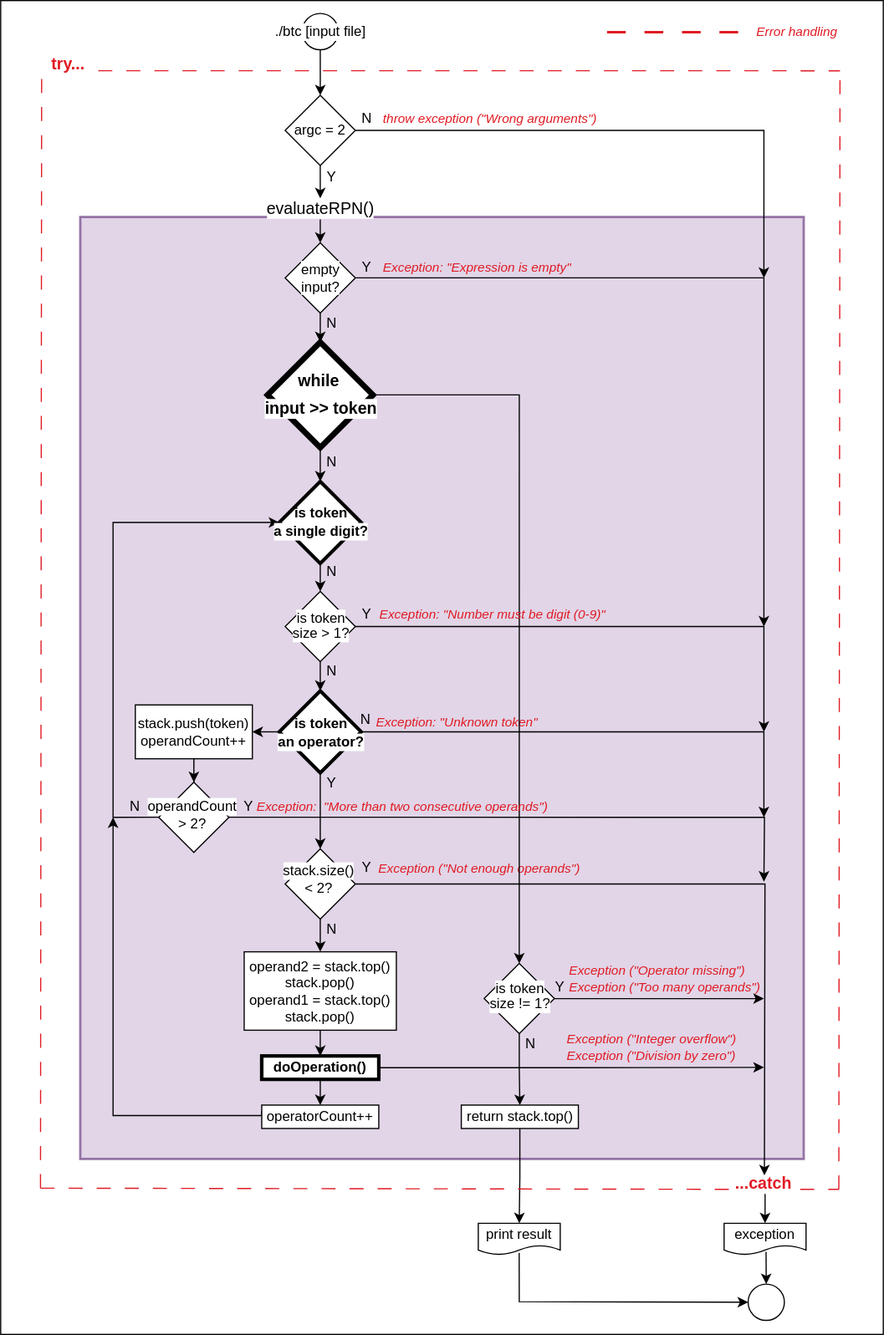
The draw.io diagram cpp_09/ex01/assets/RPN.svg in ccg-v/cpp_modules, before a commit. Source tidied: cells renumbered, new cells last; positions are measured from the earlier drawing's top-left corner, leaving out a move shared by most shapes.
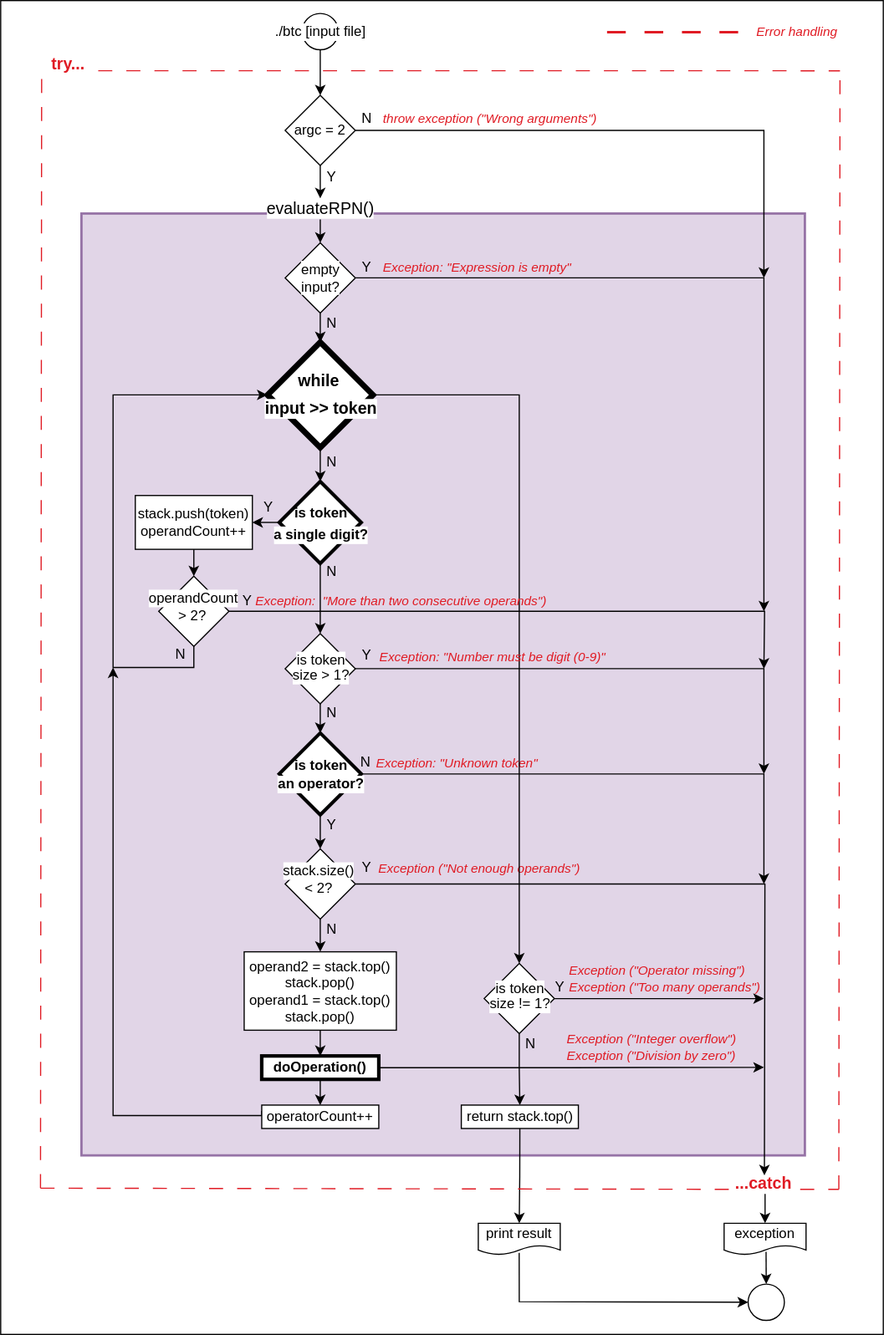
After the change.

What changed in the source:
```diff
@@ -2,6 +2,9 @@
   <root>
     <mxCell id="0" />
     <mxCell id="1" parent="0" />
+    <mxCell id="105" value="Text" style="text;strokeColor=none;align=center;fillColor=none;html=1;verticalAlign=middle;whiteSpace=wrap;rounded=0;" parent="1" vertex="1">
+      <mxGeometry x="234" y="640" width="60" height="30" as="geometry" />
+    </mxCell>
     <mxCell id="2" value="Rectangulos" parent="0" />
     <mxCell id="3" style="rounded=0;whiteSpace=wrap;html=1;" parent="2" vertex="1">
       <mxGeometry width="754" height="1140" as="geometry" />
@@ -15,16 +18,16 @@
     <mxCell id="6" value="&amp;lt; 2?" style="text;strokeColor=none;align=center;fillColor=none;html=1;verticalAlign=middle;whiteSpace=wrap;rounded=0;labelBackgroundColor=default;" parent="2" vertex="1">
       <mxGeometry x="240" y="764" width="84" height="10" as="geometry" />
     </mxCell>
+    <mxCell id="8" style="rounded=0;whiteSpace=wrap;html=1;fillColor=#e1d5e7;strokeColor=#9673a6;strokeWidth=2;" parent="2" vertex="1">
+      <mxGeometry x="69" y="182" width="618" height="805" as="geometry" />
+    </mxCell>
     <mxCell id="7" value="Todo&#10;Todo" parent="0" />
-    <mxCell id="8" style="rounded=0;whiteSpace=wrap;html=1;fillColor=#e1d5e7;strokeColor=#9673a6;strokeWidth=2;" parent="7" vertex="1">
-      <mxGeometry x="68" y="185" width="618" height="805" as="geometry" />
-    </mxCell>
     <mxCell id="9" value="argc = 2" style="rhombus;whiteSpace=wrap;html=1;" parent="7" vertex="1">
       <mxGeometry x="243" y="81" width="60" height="60" as="geometry" />
     </mxCell>
     <mxCell id="10" style="edgeStyle=orthogonalEdgeStyle;rounded=0;jettySize=auto;html=1;exitX=1;exitY=0.5;exitDx=0;exitDy=0;" parent="7" edge="1" source="42">
       <mxGeometry relative="1" as="geometry">
-        <mxPoint x="652" y="535" as="targetPoint" />
+        <mxPoint x="652" y="522" as="targetPoint" />
         <Array as="points">
           <mxPoint x="652" y="237" />
         </Array>
@@ -45,25 +48,26 @@
     <mxCell id="15" style="edgeStyle=orthogonalEdgeStyle;rounded=0;jettySize=auto;html=1;exitX=0.5;exitY=1;exitDx=0;exitDy=0;entryX=0.5;entryY=0;entryDx=0;entryDy=0;endArrow=classic;endFill=1;" parent="7" edge="1" source="17" target="47">
       <mxGeometry relative="1" as="geometry" />
     </mxCell>
-    <mxCell id="16" style="edgeStyle=orthogonalEdgeStyle;rounded=0;jettySize=auto;html=1;exitX=0;exitY=0.5;exitDx=0;exitDy=0;entryX=0;entryY=0.5;entryDx=0;entryDy=0;" parent="7" edge="1" source="53" target="17">
+    <mxCell id="16" style="edgeStyle=orthogonalEdgeStyle;rounded=0;jettySize=auto;html=1;exitX=0.5;exitY=1;exitDx=0;exitDy=0;entryX=0;entryY=0.5;entryDx=0;entryDy=0;" parent="7" edge="1" source="53" target="39">
       <mxGeometry relative="1" as="geometry">
         <Array as="points">
-          <mxPoint x="96" y="698" />
-          <mxPoint x="96" y="446" />
+          <mxPoint x="165" y="570" />
+          <mxPoint x="96" y="570" />
+          <mxPoint x="96" y="337" />
         </Array>
       </mxGeometry>
     </mxCell>
+    <mxCell id="106" style="edgeStyle=orthogonalEdgeStyle;rounded=0;jettySize=auto;html=1;exitX=0;exitY=0.5;exitDx=0;exitDy=0;entryX=1;entryY=0.5;entryDx=0;entryDy=0;" parent="7" edge="1" source="17" target="54">
+      <mxGeometry relative="1" as="geometry" />
+    </mxCell>
     <mxCell id="17" style="rhombus;whiteSpace=wrap;html=1;fillColor=default;strokeColor=default;strokeWidth=3;align=center;verticalAlign=middle;fontFamily=Helvetica;fontSize=12;fontColor=default;labelBackgroundColor=default;" parent="7" vertex="1">
       <mxGeometry x="238" y="411" width="70" height="70" as="geometry" />
     </mxCell>
     <mxCell id="18" style="edgeStyle=orthogonalEdgeStyle;rounded=0;jettySize=auto;html=1;exitX=0.5;exitY=1;exitDx=0;exitDy=0;endArrow=classic;endFill=1;" parent="7" edge="1" source="20" target="23">
       <mxGeometry relative="1" as="geometry" />
     </mxCell>
-    <mxCell id="19" style="edgeStyle=orthogonalEdgeStyle;rounded=0;jettySize=auto;html=1;exitX=0;exitY=0.5;exitDx=0;exitDy=0;entryX=1;entryY=0.5;entryDx=0;entryDy=0;" parent="7" edge="1" source="20" target="54">
-      <mxGeometry relative="1" as="geometry" />
-    </mxCell>
     <mxCell id="20" style="rhombus;whiteSpace=wrap;html=1;labelBackgroundColor=default;strokeWidth=3;" parent="7" vertex="1">
-      <mxGeometry x="238" y="590" width="70" height="70" as="geometry" />
+      <mxGeometry x="238" y="626" width="70" height="70" as="geometry" />
     </mxCell>
     <mxCell id="21" style="edgeStyle=orthogonalEdgeStyle;rounded=0;jettySize=auto;html=1;exitX=1;exitY=0.5;exitDx=0;exitDy=0;entryX=0.549;entryY=-0.03;entryDx=0;entryDy=0;entryPerimeter=0;" parent="7" edge="1" source="23">
       <mxGeometry relative="1" as="geometry">
@@ -83,7 +87,7 @@
       <mxGeometry x="618" y="1045" width="70" height="27" as="geometry" />
     </mxCell>
     <mxCell id="26" value="&lt;div&gt;Exception: &quot;Unknown token&quot;&lt;/div&gt;" style="text;strokeColor=none;align=left;fillColor=none;html=1;verticalAlign=middle;whiteSpace=wrap;rounded=0;fontStyle=2;fontSize=11;fontColor=#E01B24;" parent="7" vertex="1">
-      <mxGeometry x="319" y="609" width="240" height="15" as="geometry" />
+      <mxGeometry x="319" y="645" width="240" height="15" as="geometry" />
     </mxCell>
     <mxCell id="27" value="Exception (&quot;Not enough operands&quot;)" style="text;strokeColor=none;align=left;fillColor=none;html=1;verticalAlign=middle;whiteSpace=wrap;rounded=0;fontStyle=2;fontSize=11;fontColor=#E01B24;" parent="7" vertex="1">
       <mxGeometry x="321" y="736" width="240" height="12" as="geometry" />
@@ -147,14 +151,14 @@
     </mxCell>
     <mxCell id="46" style="edgeStyle=orthogonalEdgeStyle;rounded=0;jettySize=auto;html=1;exitX=1;exitY=0.5;exitDx=0;exitDy=0;" parent="7" edge="1" source="47">
       <mxGeometry relative="1" as="geometry">
-        <mxPoint x="652" y="625" as="targetPoint" />
+        <mxPoint x="652" y="661" as="targetPoint" />
         <Array as="points">
-          <mxPoint x="652" y="535" />
+          <mxPoint x="652" y="571" />
         </Array>
       </mxGeometry>
     </mxCell>
     <mxCell id="47" style="rhombus;whiteSpace=wrap;html=1;labelBackgroundColor=default;" parent="7" vertex="1">
-      <mxGeometry x="243" y="505" width="60" height="60" as="geometry" />
+      <mxGeometry x="243" y="541" width="60" height="60" as="geometry" />
     </mxCell>
     <mxCell id="48" value="N" style="text;strokeColor=none;align=center;fillColor=none;html=1;verticalAlign=middle;whiteSpace=wrap;rounded=0;" parent="7" vertex="1">
       <mxGeometry x="273" y="478" width="20" height="20" as="geometry" />
@@ -163,7 +167,7 @@
       <mxGeometry relative="1" as="geometry" />
     </mxCell>
     <mxCell id="50" value="N" style="text;strokeColor=none;align=center;fillColor=none;html=1;verticalAlign=middle;whiteSpace=wrap;rounded=0;" parent="7" vertex="1">
-      <mxGeometry x="273" y="563" width="20" height="20" as="geometry" />
+      <mxGeometry x="273" y="599" width="20" height="20" as="geometry" />
     </mxCell>
     <mxCell id="51" style="edgeStyle=orthogonalEdgeStyle;rounded=0;jettySize=auto;html=1;exitX=0;exitY=1;exitDx=0;exitDy=0;" parent="7" edge="1" source="13">
       <mxGeometry relative="1" as="geometry">
@@ -173,16 +177,16 @@
         </Array>
       </mxGeometry>
     </mxCell>
-    <mxCell id="52" style="edgeStyle=orthogonalEdgeStyle;rounded=0;jettySize=auto;html=1;exitX=1;exitY=0.5;exitDx=0;exitDy=0;" parent="7" edge="1" source="53">
-      <mxGeometry relative="1" as="geometry">
-        <mxPoint x="652" y="753" as="targetPoint" />
-      </mxGeometry>
-    </mxCell>
+    <mxCell id="107" style="edgeStyle=orthogonalEdgeStyle;rounded=0;jettySize=auto;html=1;exitX=1;exitY=0.5;exitDx=0;exitDy=0;" parent="7" edge="1" source="53">
+      <mxGeometry relative="1" as="geometry">
+        <mxPoint x="652" y="571" as="targetPoint" />
+      </mxGeometry>
+    </mxCell>
     <mxCell id="53" style="rhombus;whiteSpace=wrap;html=1;labelBackgroundColor=default;" parent="7" vertex="1">
-      <mxGeometry x="135" y="668" width="60" height="60" as="geometry" />
+      <mxGeometry x="135" y="492" width="60" height="60" as="geometry" />
     </mxCell>
     <mxCell id="54" value="&lt;div&gt;stack.push(token)&lt;/div&gt;&lt;div&gt;operandCount++&lt;br&gt;&lt;/div&gt;" style="rounded=0;whiteSpace=wrap;html=1;align=center;verticalAlign=middle;spacingLeft=0;spacing=2;fontFamily=Helvetica;fontSize=12;fontStyle=0;labelBackgroundColor=default;fillStyle=solid;" parent="7" vertex="1">
-      <mxGeometry x="115" y="602" width="100" height="46" as="geometry" />
+      <mxGeometry x="115" y="423" width="100" height="46" as="geometry" />
     </mxCell>
     <mxCell id="55" style="edgeStyle=orthogonalEdgeStyle;rounded=0;jettySize=auto;html=1;exitX=0.5;exitY=1;exitDx=0;exitDy=0;entryX=0.5;entryY=0;entryDx=0;entryDy=0;" parent="7" edge="1" source="57" target="60">
       <mxGeometry relative="1" as="geometry" />
@@ -246,9 +250,9 @@
     </mxCell>
     <mxCell id="68" style="edgeStyle=orthogonalEdgeStyle;rounded=0;jettySize=auto;html=1;exitX=1.023;exitY=0.5;exitDx=0;exitDy=0;exitPerimeter=0;" parent="7" edge="1" source="20">
       <mxGeometry relative="1" as="geometry">
-        <mxPoint x="652" y="698" as="targetPoint" />
+        <mxPoint x="652" y="755" as="targetPoint" />
         <Array as="points">
-          <mxPoint x="652" y="625" />
+          <mxPoint x="652" y="661" />
         </Array>
       </mxGeometry>
     </mxCell>
@@ -281,29 +285,26 @@
       <mxGeometry x="244" y="432.5" width="60" height="10" as="geometry" />
     </mxCell>
     <mxCell id="78" value="a single digit?" style="text;strokeColor=none;align=center;fillColor=none;html=1;verticalAlign=middle;whiteSpace=wrap;rounded=0;labelBackgroundColor=default;fontStyle=1;" parent="74" vertex="1">
-      <mxGeometry x="232" y="448.5" width="84" height="10" as="geometry" />
+      <mxGeometry x="232" y="451.5" width="84" height="10" as="geometry" />
     </mxCell>
     <mxCell id="79" value="is token" style="text;strokeColor=none;align=center;fillColor=none;html=1;verticalAlign=middle;whiteSpace=wrap;rounded=0;labelBackgroundColor=default;" parent="74" vertex="1">
-      <mxGeometry x="244" y="523" width="60" height="10" as="geometry" />
+      <mxGeometry x="244" y="559" width="60" height="10" as="geometry" />
     </mxCell>
     <mxCell id="80" value="size &amp;gt; 1?" style="text;strokeColor=none;align=center;fillColor=none;html=1;verticalAlign=middle;whiteSpace=wrap;rounded=0;labelBackgroundColor=default;" parent="74" vertex="1">
-      <mxGeometry x="232" y="536" width="84" height="10" as="geometry" />
+      <mxGeometry x="232" y="572" width="84" height="10" as="geometry" />
     </mxCell>
     <mxCell id="81" value="Exception: &quot;Number must be digit (0-9)&quot;" style="text;strokeColor=none;align=left;fillColor=none;html=1;verticalAlign=middle;whiteSpace=wrap;rounded=0;fontStyle=2;fontSize=11;fontColor=#E01B24;" parent="74" vertex="1">
-      <mxGeometry x="322" y="515" width="241" height="20" as="geometry" />
+      <mxGeometry x="322" y="551" width="241" height="20" as="geometry" />
     </mxCell>
     <mxCell id="82" value="is token" style="text;strokeColor=none;align=center;fillColor=none;html=1;verticalAlign=middle;whiteSpace=wrap;rounded=0;fontStyle=1;" parent="74" vertex="1">
-      <mxGeometry x="244" y="613" width="60" height="10" as="geometry" />
+      <mxGeometry x="244" y="649" width="60" height="10" as="geometry" />
     </mxCell>
     <mxCell id="83" value="an operator?" style="text;strokeColor=none;align=center;fillColor=none;html=1;verticalAlign=middle;whiteSpace=wrap;rounded=0;labelBackgroundColor=default;fontStyle=1;" parent="74" vertex="1">
-      <mxGeometry x="232" y="629" width="84" height="10" as="geometry" />
+      <mxGeometry x="232" y="665" width="84" height="10" as="geometry" />
     </mxCell>
     <mxCell id="84" value="N" style="text;strokeColor=none;align=center;fillColor=none;html=1;verticalAlign=middle;whiteSpace=wrap;rounded=0;" parent="74" vertex="1">
-      <mxGeometry x="302" y="605" width="20" height="20" as="geometry" />
+      <mxGeometry x="302" y="641" width="20" height="20" as="geometry" />
     </mxCell>
-    <mxCell id="85" value="Y" style="text;strokeColor=none;align=center;fillColor=none;html=1;verticalAlign=middle;whiteSpace=wrap;rounded=0;" parent="74" vertex="1">
-      <mxGeometry x="303" y="515" width="20" height="20" as="geometry" />
-    </mxCell>
     <mxCell id="86" value="stack.size()" style="text;strokeColor=none;align=center;fillColor=none;html=1;verticalAlign=middle;whiteSpace=wrap;rounded=0;labelBackgroundColor=default;" parent="74" vertex="1">
       <mxGeometry x="242" y="739" width="60" height="10" as="geometry" />
     </mxCell>
@@ -311,7 +312,7 @@
       <mxGeometry x="230" y="754" width="84" height="10" as="geometry" />
     </mxCell>
     <mxCell id="88" value="Y" style="text;strokeColor=none;align=center;fillColor=none;html=1;verticalAlign=middle;whiteSpace=wrap;rounded=0;" parent="74" vertex="1">
-      <mxGeometry x="273" y="659" width="20" height="20" as="geometry" />
+      <mxGeometry x="273" y="695" width="20" height="20" as="geometry" />
     </mxCell>
     <mxCell id="89" value="Y" style="text;strokeColor=none;align=center;fillColor=none;html=1;verticalAlign=middle;whiteSpace=wrap;rounded=0;" parent="74" vertex="1">
       <mxGeometry x="303" y="731" width="20" height="20" as="geometry" />
@@ -335,7 +336,7 @@
     </mxCell>
     <mxCell id="95" style="edgeStyle=orthogonalEdgeStyle;rounded=0;jettySize=auto;html=1;exitX=0;exitY=0.25;exitDx=0;exitDy=0;" parent="74" edge="1" source="96">
       <mxGeometry relative="1" as="geometry">
-        <mxPoint x="96" y="698" as="targetPoint" />
+        <mxPoint x="96" y="570" as="targetPoint" />
         <Array as="points">
           <mxPoint x="223" y="953" />
           <mxPoint x="96" y="953" />
@@ -350,19 +351,19 @@
       <mxGeometry relative="1" as="geometry" />
     </mxCell>
     <mxCell id="98" value="operandCount" style="text;strokeColor=none;align=center;fillColor=none;html=1;verticalAlign=middle;whiteSpace=wrap;rounded=0;labelBackgroundColor=default;" parent="74" vertex="1">
-      <mxGeometry x="134" y="684" width="60" height="10" as="geometry" />
+      <mxGeometry x="135" y="506" width="60" height="10" as="geometry" />
     </mxCell>
     <mxCell id="99" value="&amp;gt; 2?" style="text;strokeColor=none;align=center;fillColor=none;html=1;verticalAlign=middle;whiteSpace=wrap;rounded=0;labelBackgroundColor=default;" parent="74" vertex="1">
-      <mxGeometry x="122" y="699" width="84" height="10" as="geometry" />
+      <mxGeometry x="122" y="521" width="84" height="10" as="geometry" />
     </mxCell>
     <mxCell id="100" value="N" style="text;strokeColor=none;align=center;fillColor=none;html=1;verticalAlign=middle;whiteSpace=wrap;rounded=0;" parent="74" vertex="1">
-      <mxGeometry x="105" y="679" width="20" height="20" as="geometry" />
+      <mxGeometry x="144" y="549" width="20" height="20" as="geometry" />
     </mxCell>
     <mxCell id="101" value="&lt;div&gt;Exception:&amp;nbsp; &quot;More than two consecutive operands&quot;)&lt;/div&gt;" style="text;strokeColor=none;align=left;fillColor=none;html=1;verticalAlign=middle;whiteSpace=wrap;rounded=0;fontStyle=2;fontSize=11;fontColor=#E01B24;" parent="74" vertex="1">
-      <mxGeometry x="217" y="681" width="288" height="15" as="geometry" />
+      <mxGeometry x="216" y="505" width="288" height="15" as="geometry" />
     </mxCell>
     <mxCell id="102" value="Y" style="text;strokeColor=none;align=center;fillColor=none;html=1;verticalAlign=middle;whiteSpace=wrap;rounded=0;" parent="74" vertex="1">
-      <mxGeometry x="202" y="679" width="20" height="20" as="geometry" />
+      <mxGeometry x="201" y="503" width="20" height="20" as="geometry" />
     </mxCell>
     <mxCell id="103" value="is token" style="text;strokeColor=none;align=center;fillColor=none;html=1;verticalAlign=middle;whiteSpace=wrap;rounded=0;labelBackgroundColor=default;" parent="74" vertex="1">
       <mxGeometry x="414" y="840" width="60" height="10" as="geometry" />
@@ -370,5 +371,11 @@
     <mxCell id="104" value="size != 1?" style="text;strokeColor=none;align=center;fillColor=none;html=1;verticalAlign=middle;whiteSpace=wrap;rounded=0;labelBackgroundColor=default;" parent="74" vertex="1">
       <mxGeometry x="402" y="853" width="84" height="10" as="geometry" />
     </mxCell>
+    <mxCell id="85" value="Y" style="text;strokeColor=none;align=center;fillColor=none;html=1;verticalAlign=middle;whiteSpace=wrap;rounded=0;" parent="74" vertex="1">
+      <mxGeometry x="303" y="550" width="20" height="20" as="geometry" />
+    </mxCell>
+    <mxCell id="108" value="Y" style="text;strokeColor=none;align=center;fillColor=none;html=1;verticalAlign=middle;whiteSpace=wrap;rounded=0;" parent="74" vertex="1">
+      <mxGeometry x="219" y="422.5" width="20" height="20" as="geometry" />
+    </mxCell>
   </root>
 </mxGraphModel>
```
